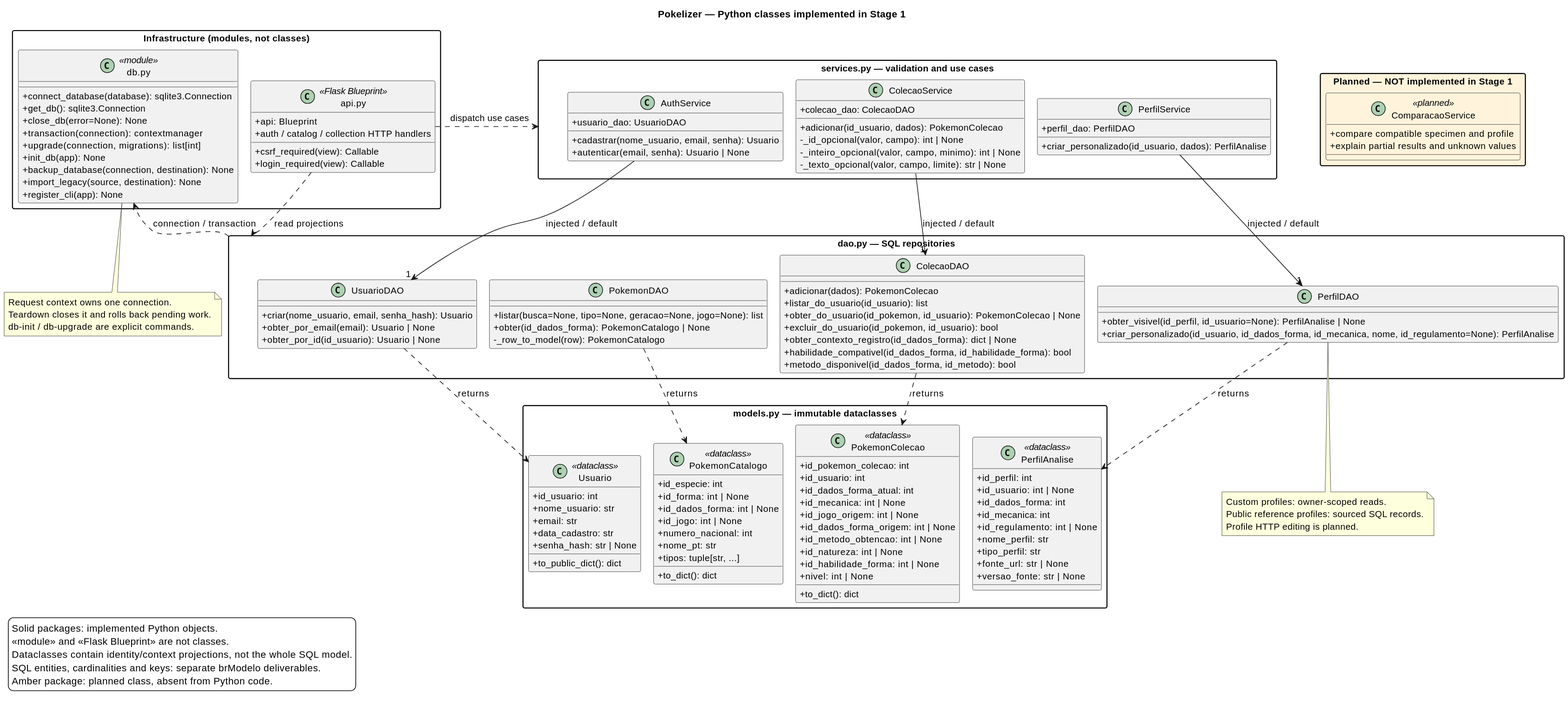
This is docs/uml/classes.svg from nataciolfi/pokelizer, a PlantUML export, as it was before one commit.
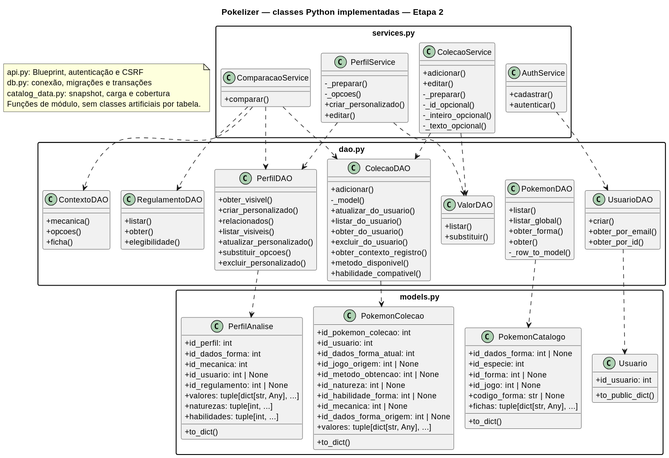
After the commit.

Change to the diagram source:
```diff
@@ -1,157 +1,138 @@
 @startuml
+set namespaceSeparator none
 !pragma layout smetana
 skinparam backgroundColor white
 skinparam shadowing false
-skinparam dpi 140
+skinparam dpi 120
 skinparam packageStyle rectangle
 skinparam classAttributeIconSize 0
 skinparam defaultFontName SansSerif
 skinparam defaultFontSize 13
-skinparam linetype ortho
-title Pokelizer — Python classes implemented in Stage 1
-
-package "models.py — immutable dataclasses" as Models {
-class Usuario <<dataclass>> {
+skinparam nodesep 45
+skinparam ranksep 60
+title Pokelizer — classes Python implementadas — Etapa 2
+package "models.py" {
+class Usuario {
   +id_usuario: int
-  +nome_usuario: str
-  +email: str
-  +data_cadastro: str
-  +senha_hash: str | None
-  +to_public_dict(): dict
+  +to_public_dict()
 }
-class PokemonCatalogo <<dataclass>> {
+class PokemonCatalogo {
+  +id_dados_forma: int | None
   +id_especie: int
   +id_forma: int | None
-  +id_dados_forma: int | None
   +id_jogo: int | None
-  +numero_nacional: int
-  +nome_pt: str
-  +tipos: tuple[str, ...]
-  +to_dict(): dict
+  +codigo_forma: str | None
+  +fichas: tuple[dict[str, Any], ...]
+  +to_dict()
 }
-class PokemonColecao <<dataclass>> {
+class PokemonColecao {
   +id_pokemon_colecao: int
   +id_usuario: int
   +id_dados_forma_atual: int
-  +id_mecanica: int | None
   +id_jogo_origem: int | None
-  +id_dados_forma_origem: int | None
   +id_metodo_obtencao: int | None
   +id_natureza: int | None
   +id_habilidade_forma: int | None
-  +nivel: int | None
-  +to_dict(): dict
+  +id_mecanica: int | None
+  +id_dados_forma_origem: int | None
+  +valores: tuple[dict[str, Any], ...]
+  +to_dict()
 }
-class PerfilAnalise <<dataclass>> {
+class PerfilAnalise {
   +id_perfil: int
-  +id_usuario: int | None
   +id_dados_forma: int
   +id_mecanica: int
+  +id_usuario: int | None
   +id_regulamento: int | None
-  +nome_perfil: str
-  +tipo_perfil: str
-  +fonte_url: str | None
-  +versao_fonte: str | None
+  +valores: tuple[dict[str, Any], ...]
+  +naturezas: tuple[int, ...]
+  +habilidades: tuple[int, ...]
+  +to_dict()
 }
 }
-
-package "dao.py — SQL repositories" as Repositories {
+package "dao.py" {
 class UsuarioDAO {
-  +criar(nome_usuario, email, senha_hash): Usuario
-  +obter_por_email(email): Usuario | None
-  +obter_por_id(id_usuario): Usuario | None
+  +criar()
+  +obter_por_email()
+  +obter_por_id()
 }
 class PokemonDAO {
-  +listar(busca=None, tipo=None, geracao=None, jogo=None): list
-  +obter(id_dados_forma): PokemonCatalogo | None
-  -_row_to_model(row): PokemonCatalogo
+  +listar()
+  +listar_global()
+  +obter_forma()
+  +obter()
+  -_row_to_model()
 }
 class ColecaoDAO {
-  +adicionar(dados): PokemonColecao
-  +listar_do_usuario(id_usuario): list
-  +obter_do_usuario(id_pokemon, id_usuario): PokemonColecao | None
-  +excluir_do_usuario(id_pokemon, id_usuario): bool
-  +obter_contexto_registro(id_dados_forma): dict | None
-  +habilidade_compativel(id_dados_forma, id_habilidade_forma): bool
-  +metodo_disponivel(id_dados_forma, id_metodo): bool
+  +adicionar()
+  -_model()
+  +atualizar_do_usuario()
+  +listar_do_usuario()
+  +obter_do_usuario()
+  +excluir_do_usuario()
+  +obter_contexto_registro()
+  +metodo_disponivel()
+  +habilidade_compativel()
 }
 class PerfilDAO {
-  +obter_visivel(id_perfil, id_usuario=None): PerfilAnalise | None
-  +criar_personalizado(id_usuario, id_dados_forma, id_mecanica, nome, id_regulamento=None): PerfilAnalise
+  +obter_visivel()
+  +criar_personalizado()
+  +relacionados()
+  +listar_visiveis()
+  +atualizar_personalizado()
+  +substituir_opcoes()
+  +excluir_personalizado()
+}
+class ValorDAO {
+  +listar()
+  +substituir()
+}
+class ContextoDAO {
+  +mecanica()
+  +opcoes()
+  +ficha()
+}
+class RegulamentoDAO {
+  +listar()
+  +obter()
+  +elegibilidade()
 }
 }
-
-package "services.py — validation and use cases" as Services {
+package "services.py" {
 class AuthService {
-  +usuario_dao: UsuarioDAO
-  +cadastrar(nome_usuario, email, senha): Usuario
-  +autenticar(email, senha): Usuario | None
+  +cadastrar()
+  +autenticar()
 }
 class ColecaoService {
-  +colecao_dao: ColecaoDAO
-  +adicionar(id_usuario, dados): PokemonColecao
-  -_id_opcional(valor, campo): int | None
-  -_inteiro_opcional(valor, campo, minimo): int | None
-  -_texto_opcional(valor, campo, limite): str | None
+  +adicionar()
+  +editar()
+  -_preparar()
+  -_id_opcional()
+  -_inteiro_opcional()
+  -_texto_opcional()
 }
 class PerfilService {
-  +perfil_dao: PerfilDAO
-  +criar_personalizado(id_usuario, dados): PerfilAnalise
+  -_preparar()
+  -_opcoes()
+  +criar_personalizado()
+  +editar()
+}
+class ComparacaoService {
+  +comparar()
 }
 }
-
-package "Infrastructure (modules, not classes)" as Infrastructure {
-class "db.py" as DB <<module>> {
-  +connect_database(database): sqlite3.Connection
-  +get_db(): sqlite3.Connection
-  +close_db(error=None): None
-  +transaction(connection): contextmanager
-  +upgrade(connection, migrations): list[int]
-  +init_db(app): None
-  +backup_database(connection, destination): None
-  +import_legacy(source, destination): None
-  +register_cli(app): None
-}
-class "api.py" as API <<Flask Blueprint>> {
-  +api: Blueprint
-  +csrf_required(view): Callable
-  +login_required(view): Callable
-  +auth / catalog / collection HTTP handlers
-}
-}
-
-package "Planned — NOT implemented in Stage 1" as Planned #FFF4DB {
-class ComparacaoService <<planned>> #FFF4DB {
-  +compare compatible specimen and profile
-  +explain partial results and unknown values
-}
-}
-
-AuthService --> "1" UsuarioDAO : injected / default
-ColecaoService --> "1" ColecaoDAO : injected / default
-PerfilService --> "1" PerfilDAO : injected / default
-UsuarioDAO ..> Usuario : returns
-PokemonDAO ..> PokemonCatalogo : returns
-ColecaoDAO ..> PokemonColecao : returns
-PerfilDAO ..> PerfilAnalise : returns
-Repositories ..> DB : connection / transaction
-API ..> Services : dispatch use cases
-API ..> Repositories : read projections
-note bottom of DB
-  Request context owns one connection.
-  Teardown closes it and rolls back pending work.
-  db-init / db-upgrade are explicit commands.
-end note
-note bottom of PerfilDAO
-  Custom profiles: owner-scoped reads.
-  Public reference profiles: sourced SQL records.
-  Profile HTTP editing is planned.
-end note
-legend left
-  Solid packages: implemented Python objects.
-  <<module>> and <<Flask Blueprint>> are not classes.
-  Dataclasses contain identity/context projections, not the whole SQL model.
-  SQL entities, cardinalities and keys: separate brModelo deliverables.
-  Amber package: planned class, absent from Python code.
-endlegend
+AuthService ..> UsuarioDAO
+ColecaoService ..> ColecaoDAO
+ColecaoService ..> ValorDAO
+PerfilService ..> PerfilDAO
+PerfilService ..> ValorDAO
+ComparacaoService ..> ColecaoDAO
+ComparacaoService ..> PerfilDAO
+ComparacaoService ..> ContextoDAO
+ComparacaoService ..> RegulamentoDAO
+UsuarioDAO ..> Usuario
+ColecaoDAO ..> PokemonColecao
+PerfilDAO ..> PerfilAnalise
+PokemonDAO ..> PokemonCatalogo
+note "api.py: Blueprint, autenticação e CSRF\ndb.py: conexão, migrações e transações\ncatalog_data.py: snapshot, carga e cobertura\nFunções de módulo, sem classes artificiais por tabela." as Infra
 @enduml
```
